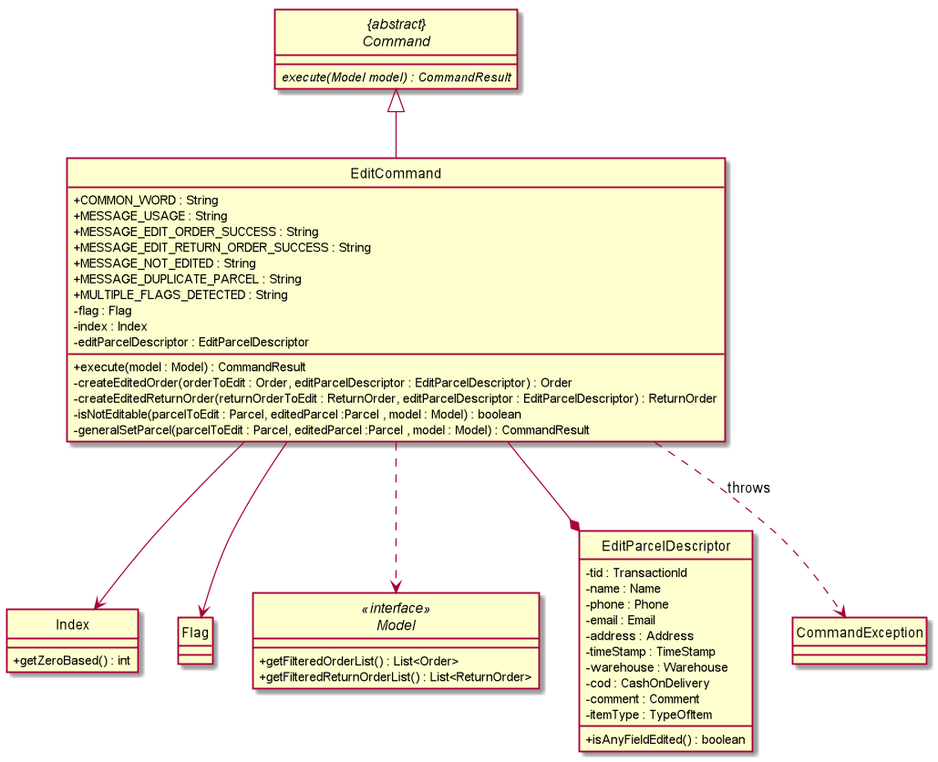
Earlier version of the PlantUML export docs/images/EditCommandClassDiagram.png (nus-cs2103-AY1920S2/addressbook-level3). Its diagram source:
```plantuml
@startuml
skinparam backgroundColor #ffffff
skinparam classAttributeIconSize 0
hide circle

"{abstract}\nCommand" <|-- EditCommand
Index <-down- EditCommand
Flag <-down- EditCommand
EditCommand ..> Model
EditCommand --* EditParcelDescriptor
EditCommand ..> CommandException : throws

abstract class "{abstract}\nCommand" {
    {abstract} execute(Model model) : CommandResult
}

class EditCommand {
    + COMMON_WORD : String
    + MESSAGE_USAGE : String
    + MESSAGE_EDIT_ORDER_SUCCESS : String
    + MESSAGE_EDIT_RETURN_ORDER_SUCCESS : String
    + MESSAGE_NOT_EDITED : String
    + MESSAGE_DUPLICATE_PARCEL : String
    + MULTIPLE_FLAGS_DETECTED : String
    - flag : Flag
    - index : Index
    - editParcelDescriptor : EditParcelDescriptor

    + execute(model : Model) : CommandResult
    - createEditedOrder(orderToEdit : Order, editParcelDescriptor : EditParcelDescriptor) : Order
    - createEditedReturnOrder(returnOrderToEdit : ReturnOrder, editParcelDescriptor : EditParcelDescriptor) : ReturnOrder
    - isNotEditable(parcelToEdit : Parcel, editedParcel :Parcel , model : Model) : boolean
    - generalSetParcel(parcelToEdit : Parcel, editedParcel :Parcel , model : Model) : CommandResult
}

class EditParcelDescriptor {
    - tid : TransactionId
    - name : Name
    - phone : Phone
    - email : Email
    - address : Address
    - timeStamp : TimeStamp
    - warehouse : Warehouse
    - cod : CashOnDelivery
    - comment : Comment
    - itemType : TypeOfItem
    + isAnyFieldEdited() : boolean

}


interface Model <<interface>> {
    + getFilteredOrderList() : List<Order>
    + getFilteredReturnOrderList() : List<ReturnOrder>
}

class Index {
    + getZeroBased() : int
}

class Flag {

}



@enduml
```
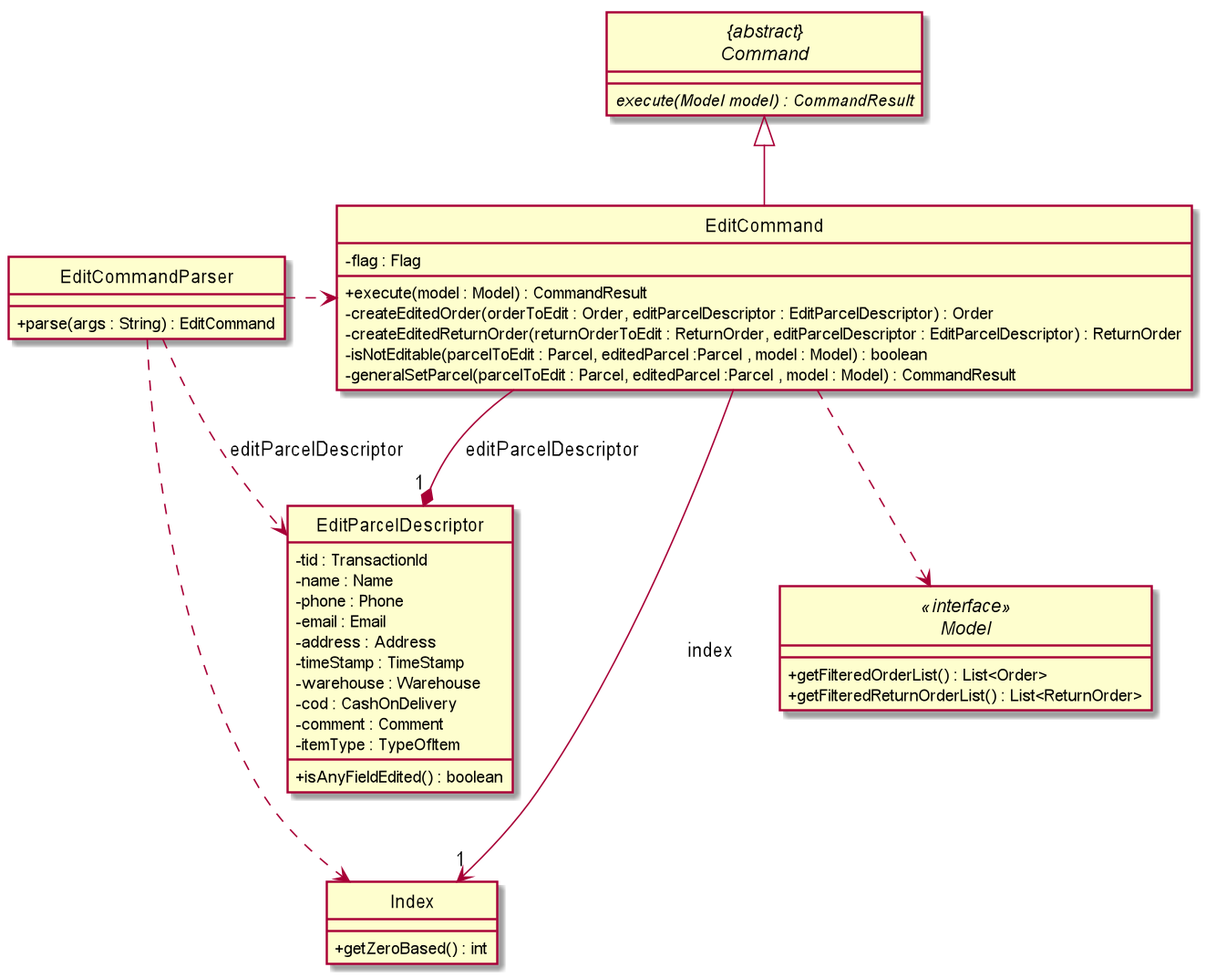
Later version of the same file.

The edit, as a diff of the source:
```diff
@@ -4,27 +4,19 @@
 hide circle
 
 "{abstract}\nCommand" <|-- EditCommand
-Index <-down- EditCommand
-Flag <-down- EditCommand
+Index "1" <-down- EditCommand : index
 EditCommand ..> Model
-EditCommand --* EditParcelDescriptor
-EditCommand ..> CommandException : throws
+EditCommand --* "1" EditParcelDescriptor : editParcelDescriptor
+EditCommandParser ..> EditParcelDescriptor : editParcelDescriptor
+EditCommandParser .right.> EditCommand
+EditCommandParser .-down-> Index
 
 abstract class "{abstract}\nCommand" {
     {abstract} execute(Model model) : CommandResult
 }
 
 class EditCommand {
-    + COMMON_WORD : String
-    + MESSAGE_USAGE : String
-    + MESSAGE_EDIT_ORDER_SUCCESS : String
-    + MESSAGE_EDIT_RETURN_ORDER_SUCCESS : String
-    + MESSAGE_NOT_EDITED : String
-    + MESSAGE_DUPLICATE_PARCEL : String
-    + MULTIPLE_FLAGS_DETECTED : String
     - flag : Flag
-    - index : Index
-    - editParcelDescriptor : EditParcelDescriptor
 
     + execute(model : Model) : CommandResult
     - createEditedOrder(orderToEdit : Order, editParcelDescriptor : EditParcelDescriptor) : Order
@@ -48,6 +40,11 @@
 
 }
 
+class EditCommandParser {
+
+    + parse(args : String) : EditCommand
+}
+
 
 interface Model <<interface>> {
     + getFilteredOrderList() : List<Order>
@@ -58,10 +55,4 @@
     + getZeroBased() : int
 }
 
-class Flag {
-
-}
-
-
-
 @enduml
```
